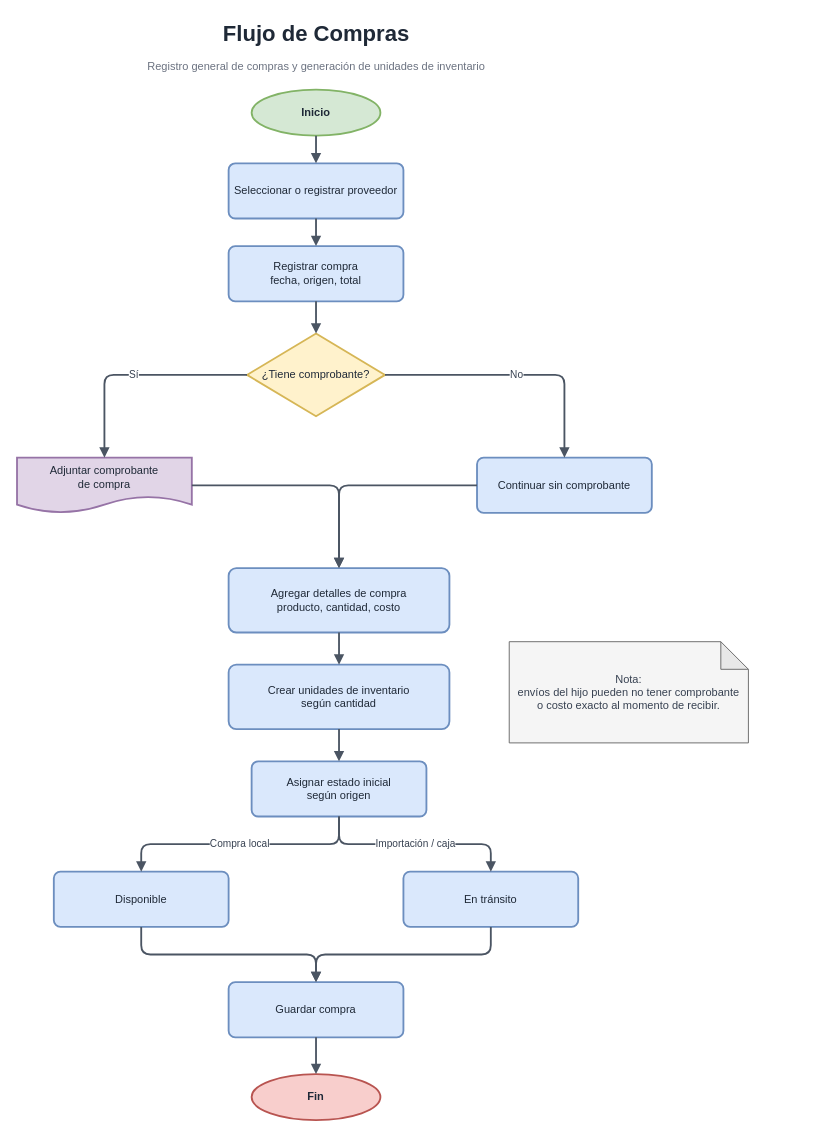
This is docs/diagrams/04_FlujoDeCompras.drawio from newton0608/ResellManager, a draw.io file, before an edit. Source tidied: cells renumbered, new cells numbered last; positions are measured from the earlier drawing's top-left corner, leaving out a move shared by most shapes. Both pictures are drawn from the tidied source at 92%, with x=0, y=0 at pixel (17, 16).
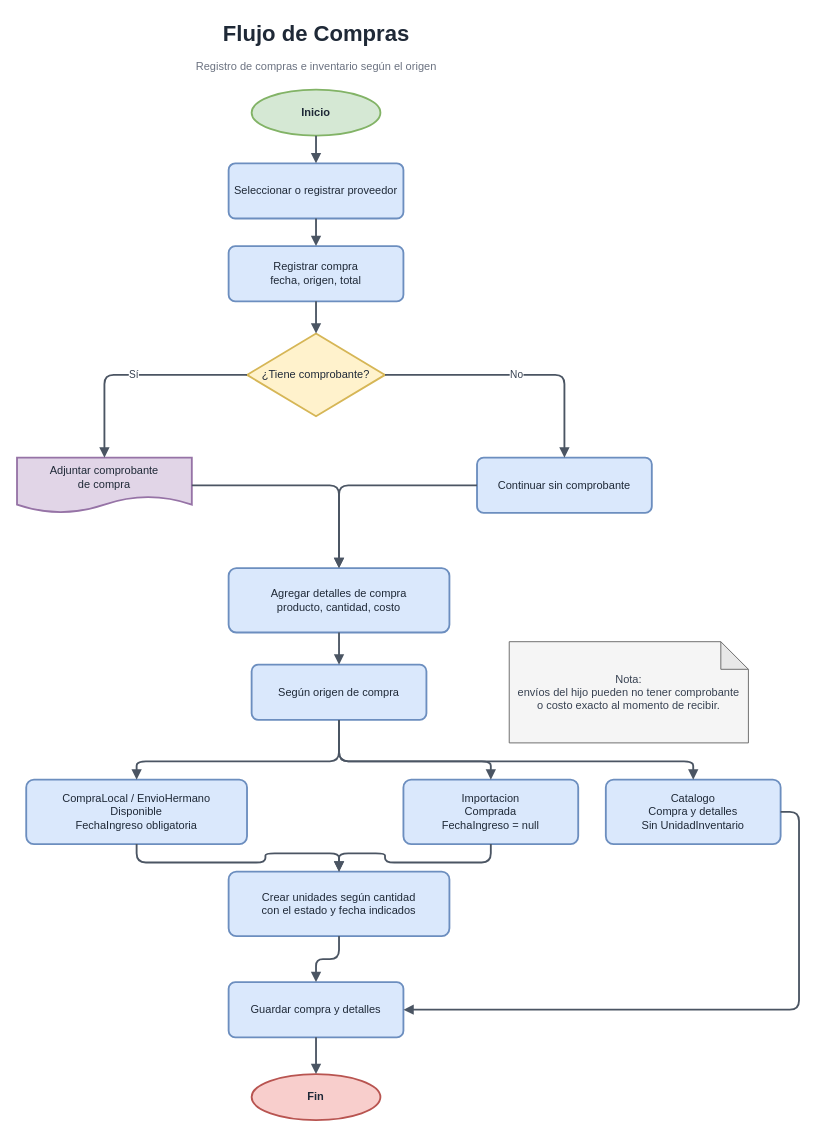
The same diagram, later.

Unchanged cells that the change refers to:
```xml
<mxCell id="10" value="Agregar detalles de compra&lt;br&gt;producto, cantidad, costo" style="rounded=1;whiteSpace=wrap;html=1;fillColor=#DAE8FC;strokeColor=#6C8EBF;strokeWidth=2;fontColor=#1F2937;arcSize=12;" parent="1" vertex="1">
  <mxGeometry x="230" y="600" width="240" height="70" as="geometry" />
</mxCell>
```

Change to the diagram source:
```diff
@@
-    <mxCell id="3" value="Registro general de compras y generación de unidades de inventario" style="text;html=1;strokeColor=none;fillColor=none;fontSize=12;fontColor=#6B7280;align=center;verticalAlign=middle;" parent="1" vertex="1">
+    <mxCell id="3" value="Registro de compras e inventario según el origen" style="text;html=1;strokeColor=none;fillColor=none;fontSize=12;fontColor=#6B7280;align=center;verticalAlign=middle;" parent="1" vertex="1">
       <mxGeometry x="5" y="40" width="640" height="30" as="geometry" />
     </mxCell>
@@
-    <mxCell id="11" value="Crear unidades de inventario&lt;br&gt;según cantidad" style="rounded=1;whiteSpace=wrap;html=1;fillColor=#DAE8FC;strokeColor=#6C8EBF;strokeWidth=2;fontColor=#1F2937;arcSize=12;" parent="1" vertex="1">
-      <mxGeometry x="230" y="705" width="240" height="70" as="geometry" />
+    <mxCell id="11" value="Crear unidades según cantidad&lt;br&gt;con el estado y fecha indicados" style="rounded=1;whiteSpace=wrap;html=1;fillColor=#DAE8FC;strokeColor=#6C8EBF;strokeWidth=2;fontColor=#1F2937;arcSize=12;" parent="1" vertex="1">
+      <mxGeometry x="230" y="930" width="240" height="70" as="geometry" />
     </mxCell>
-    <mxCell id="12" value="Asignar estado inicial&lt;br&gt;según origen" style="rounded=1;whiteSpace=wrap;html=1;fillColor=#DAE8FC;strokeColor=#6C8EBF;strokeWidth=2;fontColor=#1F2937;arcSize=12;" parent="1" vertex="1">
-      <mxGeometry x="255" y="810" width="190" height="60" as="geometry" />
+    <mxCell id="12" value="Según origen de compra" style="rounded=1;whiteSpace=wrap;html=1;fillColor=#DAE8FC;strokeColor=#6C8EBF;strokeWidth=2;fontColor=#1F2937;arcSize=12;" parent="1" vertex="1">
+      <mxGeometry x="255" y="705" width="190" height="60" as="geometry" />
     </mxCell>
-    <mxCell id="13" value="Disponible" style="rounded=1;whiteSpace=wrap;html=1;fillColor=#DAE8FC;strokeColor=#6C8EBF;strokeWidth=2;fontColor=#1F2937;arcSize=12;" parent="1" vertex="1">
-      <mxGeometry x="40" y="930" width="190" height="60" as="geometry" />
+    <mxCell id="13" value="CompraLocal / EnvioHermano&lt;br&gt;Disponible&lt;br&gt;FechaIngreso obligatoria" style="rounded=1;whiteSpace=wrap;html=1;fillColor=#DAE8FC;strokeColor=#6C8EBF;strokeWidth=2;fontColor=#1F2937;arcSize=12;" parent="1" vertex="1">
+      <mxGeometry x="10" y="830" width="240" height="70" as="geometry" />
     </mxCell>
-    <mxCell id="14" value="En tránsito" style="rounded=1;whiteSpace=wrap;html=1;fillColor=#DAE8FC;strokeColor=#6C8EBF;strokeWidth=2;fontColor=#1F2937;arcSize=12;" parent="1" vertex="1">
-      <mxGeometry x="420" y="930" width="190" height="60" as="geometry" />
+    <mxCell id="14" value="Importacion&lt;br&gt;Comprada&lt;br&gt;FechaIngreso = null" style="rounded=1;whiteSpace=wrap;html=1;fillColor=#DAE8FC;strokeColor=#6C8EBF;strokeWidth=2;fontColor=#1F2937;arcSize=12;" parent="1" vertex="1">
+      <mxGeometry x="420" y="830" width="190" height="70" as="geometry" />
     </mxCell>
-    <mxCell id="15" value="Guardar compra" style="rounded=1;whiteSpace=wrap;html=1;fillColor=#DAE8FC;strokeColor=#6C8EBF;strokeWidth=2;fontColor=#1F2937;arcSize=12;" parent="1" vertex="1">
+    <mxCell id="15" value="Guardar compra y detalles" style="rounded=1;whiteSpace=wrap;html=1;fillColor=#DAE8FC;strokeColor=#6C8EBF;strokeWidth=2;fontColor=#1F2937;arcSize=12;" parent="1" vertex="1">
       <mxGeometry x="230" y="1050" width="190" height="60" as="geometry" />
     </mxCell>
@@
-    <mxCell id="25" style="edgeStyle=orthogonalEdgeStyle;rounded=1;jettySize=auto;html=1;endArrow=block;endFill=1;strokeWidth=2;strokeColor=#4B5563;fontColor=#374151;labelBackgroundColor=#FFFFFF;" parent="1" edge="1" source="10" target="11">
+    <mxCell id="25" style="edgeStyle=orthogonalEdgeStyle;rounded=1;jettySize=auto;html=1;endArrow=block;endFill=1;strokeWidth=2;strokeColor=#4B5563;fontColor=#374151;labelBackgroundColor=#FFFFFF;" parent="1" edge="1" source="10" target="12">
       <mxGeometry relative="1" as="geometry" />
     </mxCell>
-    <mxCell id="26" style="edgeStyle=orthogonalEdgeStyle;rounded=1;jettySize=auto;html=1;endArrow=block;endFill=1;strokeWidth=2;strokeColor=#4B5563;fontColor=#374151;labelBackgroundColor=#FFFFFF;" parent="1" edge="1" source="11" target="12">
+    <mxCell id="26" style="edgeStyle=orthogonalEdgeStyle;rounded=1;jettySize=auto;html=1;endArrow=block;endFill=1;strokeWidth=2;strokeColor=#4B5563;fontColor=#374151;labelBackgroundColor=#FFFFFF;" parent="1" edge="1" source="13" target="11">
       <mxGeometry relative="1" as="geometry" />
     </mxCell>
-    <mxCell id="27" value="Compra local" style="edgeStyle=orthogonalEdgeStyle;rounded=1;jettySize=auto;html=1;endArrow=block;endFill=1;strokeWidth=2;strokeColor=#4B5563;fontColor=#374151;labelBackgroundColor=#FFFFFF;" parent="1" edge="1" source="12" target="13">
+    <mxCell id="27" style="edgeStyle=orthogonalEdgeStyle;rounded=1;jettySize=auto;html=1;endArrow=block;endFill=1;strokeWidth=2;strokeColor=#4B5563;fontColor=#374151;labelBackgroundColor=#FFFFFF;exitX=0.5;exitY=1;entryX=0.5;entryY=0;" parent="1" edge="1" source="12" target="13">
       <mxGeometry relative="1" as="geometry">
         <Array as="points">
-          <mxPoint x="350" y="900" />
-          <mxPoint x="135" y="900" />
+          <mxPoint x="350" y="810" />
+          <mxPoint x="130" y="810" />
         </Array>
       </mxGeometry>
     </mxCell>
-    <mxCell id="28" value="Importación / caja" style="edgeStyle=orthogonalEdgeStyle;rounded=1;jettySize=auto;html=1;endArrow=block;endFill=1;strokeWidth=2;strokeColor=#4B5563;fontColor=#374151;labelBackgroundColor=#FFFFFF;" parent="1" edge="1" source="12" target="14">
-      <mxGeometry relative="1" as="geometry" />
+    <mxCell id="28" style="edgeStyle=orthogonalEdgeStyle;rounded=1;jettySize=auto;html=1;endArrow=block;endFill=1;strokeWidth=2;strokeColor=#4B5563;fontColor=#374151;labelBackgroundColor=#FFFFFF;exitX=0.5;exitY=1;entryX=0.5;entryY=0;" parent="1" edge="1" source="12" target="14">
+      <mxGeometry relative="1" as="geometry">
+        <Array as="points">
+          <mxPoint x="350" y="810" />
+          <mxPoint x="515" y="810" />
+        </Array>
+      </mxGeometry>
     </mxCell>
-    <mxCell id="29" style="edgeStyle=orthogonalEdgeStyle;rounded=1;jettySize=auto;html=1;endArrow=block;endFill=1;strokeWidth=2;strokeColor=#4B5563;fontColor=#374151;labelBackgroundColor=#FFFFFF;" parent="1" edge="1" source="13" target="15">
+    <mxCell id="29" style="edgeStyle=orthogonalEdgeStyle;rounded=1;jettySize=auto;html=1;endArrow=block;endFill=1;strokeWidth=2;strokeColor=#4B5563;fontColor=#374151;labelBackgroundColor=#FFFFFF;" parent="1" edge="1" source="11" target="15">
       <mxGeometry relative="1" as="geometry" />
     </mxCell>
-    <mxCell id="30" style="edgeStyle=orthogonalEdgeStyle;rounded=1;jettySize=auto;html=1;endArrow=block;endFill=1;strokeWidth=2;strokeColor=#4B5563;fontColor=#374151;labelBackgroundColor=#FFFFFF;" parent="1" edge="1" source="14" target="15">
+    <mxCell id="30" style="edgeStyle=orthogonalEdgeStyle;rounded=1;jettySize=auto;html=1;endArrow=block;endFill=1;strokeWidth=2;strokeColor=#4B5563;fontColor=#374151;labelBackgroundColor=#FFFFFF;" parent="1" edge="1" source="14" target="11">
       <mxGeometry relative="1" as="geometry" />
     </mxCell>
@@
+    <mxCell id="32" value="Catalogo&lt;br&gt;Compra y detalles&lt;br&gt;Sin UnidadInventario" style="rounded=1;whiteSpace=wrap;html=1;fillColor=#DAE8FC;strokeColor=#6C8EBF;strokeWidth=2;fontColor=#1F2937;arcSize=12;" parent="1" vertex="1">
+      <mxGeometry x="640" y="830" width="190" height="70" as="geometry" />
+    </mxCell>
+    <mxCell id="33" style="edgeStyle=orthogonalEdgeStyle;rounded=1;jettySize=auto;html=1;endArrow=block;endFill=1;strokeWidth=2;strokeColor=#4B5563;fontColor=#374151;labelBackgroundColor=#FFFFFF;exitX=0.5;exitY=1;entryX=0.5;entryY=0;" parent="1" edge="1" source="12" target="32">
+      <mxGeometry relative="1" as="geometry">
+        <Array as="points">
+          <mxPoint x="350" y="810" />
+          <mxPoint x="735" y="810" />
+        </Array>
+      </mxGeometry>
+    </mxCell>
+    <mxCell id="34" style="edgeStyle=orthogonalEdgeStyle;rounded=1;jettySize=auto;html=1;endArrow=block;endFill=1;strokeWidth=2;strokeColor=#4B5563;fontColor=#374151;labelBackgroundColor=#FFFFFF;exitX=1;exitY=0.5;entryX=1;entryY=0.5;" parent="1" edge="1" source="32" target="15">
+      <mxGeometry relative="1" as="geometry">
+        <Array as="points">
+          <mxPoint x="850" y="865" />
+          <mxPoint x="850" y="1080" />
+        </Array>
+      </mxGeometry>
+    </mxCell>
```
